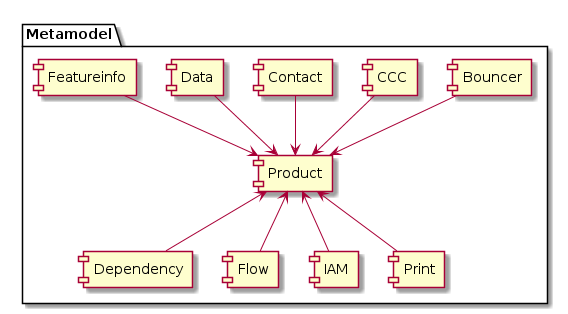
Before: simi/doc/puml/rendered/simi_overview.png, a diagram exported from PlantUML (sogis/simi). Source of this version:
```plantuml
@startuml
package Metamodel {
  [Product] as prod

  [Bouncer] as bouncer
  [CCC] as ccc
  [Contact] as con
  [Data] as data

  [Dependency] as dep
  [Flow] as flow
  [IAM] as iam
  [Print] as print

  [Featureinfo] as fi
}

bouncer --> prod
ccc --> prod
con --> prod
data --> prod
fi --> prod

dep -up-> prod
flow -up-> prod
iam -up-> prod
print -up-> prod
@enduml
```
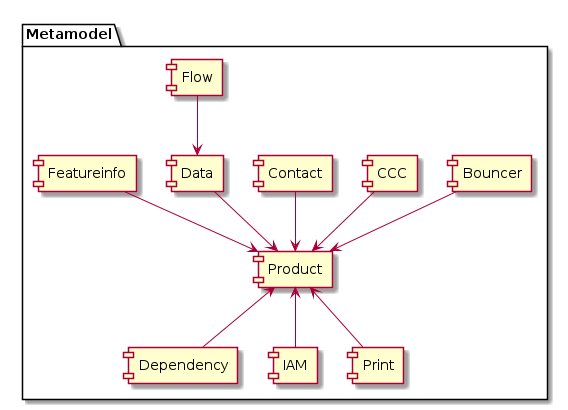
After the change.

Commit message:
Skript: PUML-Diagramme der Simi-Dokumentation regeneriert und beigefügt

Change to the diagram source:
```diff
@@ -22,7 +22,7 @@
 fi --> prod
 
 dep -up-> prod
-flow -up-> prod
+flow --> data
 iam -up-> prod
 print -up-> prod
 @enduml
```
